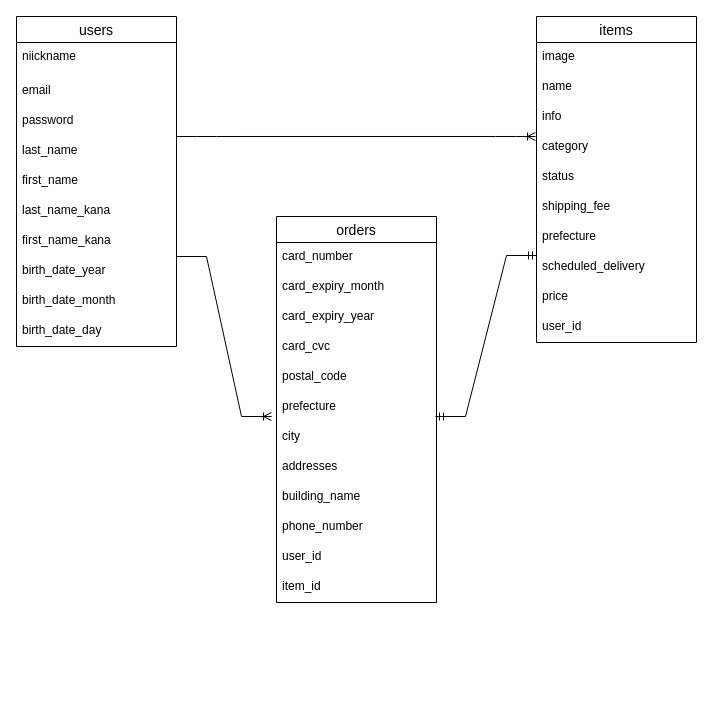
Before: ER.dio in azmamza/furima-36400, a draw.io diagram. Source tidied: cells renumbered, new cells numbered last; positions are measured from the earlier drawing's top-left corner, leaving out a move shared by most shapes. Both pictures are drawn from the tidied source at 100%, with x=0, y=0 at pixel (16, 16).
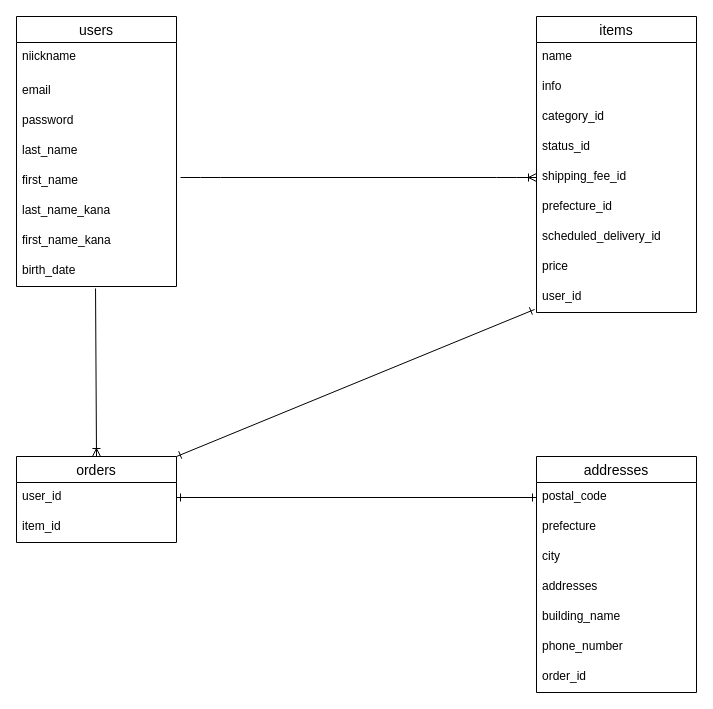
After the change.

Diff of the diagram source:
```diff
@@
     <mxCell id="2" value="users" style="swimlane;fontStyle=0;horizontal=1;startSize=26;align=center;fontSize=14;" parent="1" vertex="1">
-      <mxGeometry width="160" height="330" as="geometry" />
+      <mxGeometry width="160" height="270" as="geometry" />
     </mxCell>
@@
-    <mxCell id="10" value="birth_date_year" style="text;strokeColor=none;fillColor=none;spacingLeft=4;spacingRight=4;overflow=hidden;points=[[0,0.5],[1,0.5]];portConstraint=eastwest;fontSize=12;" parent="2" vertex="1">
+    <mxCell id="10" value="birth_date" style="text;strokeColor=none;fillColor=none;spacingLeft=4;spacingRight=4;overflow=hidden;points=[[0,0.5],[1,0.5]];portConstraint=eastwest;fontSize=12;" parent="2" vertex="1">
       <mxGeometry y="240" width="160" height="30" as="geometry" />
     </mxCell>
-    <mxCell id="11" value="birth_date_month" style="text;strokeColor=none;fillColor=none;spacingLeft=4;spacingRight=4;overflow=hidden;fontSize=12;" parent="2" vertex="1">
-      <mxGeometry y="270" width="160" height="30" as="geometry" />
-    </mxCell>
-    <mxCell id="12" value="birth_date_day" style="text;strokeColor=none;fillColor=none;spacingLeft=4;spacingRight=4;overflow=hidden;fontSize=12;" parent="2" vertex="1">
-      <mxGeometry y="300" width="160" height="30" as="geometry" />
-    </mxCell>
     <mxCell id="13" value="items" style="swimlane;fontStyle=0;horizontal=1;startSize=26;align=center;fontSize=14;" parent="1" vertex="1">
-      <mxGeometry x="520" width="160" height="326" as="geometry" />
+      <mxGeometry x="520" width="160" height="296" as="geometry" />
     </mxCell>
-    <mxCell id="14" value="image" style="text;strokeColor=none;fillColor=none;spacingLeft=4;spacingRight=4;overflow=hidden;fontSize=12;" parent="13" vertex="1">
-      <mxGeometry y="26" width="160" height="30" as="geometry" />
-    </mxCell>
     <mxCell id="15" value="name" style="text;strokeColor=none;fillColor=none;spacingLeft=4;spacingRight=4;overflow=hidden;fontSize=12;" parent="13" vertex="1">
-      <mxGeometry y="56" width="160" height="30" as="geometry" />
+      <mxGeometry y="26" width="160" height="30" as="geometry" />
     </mxCell>
     <mxCell id="16" value="info" style="text;strokeColor=none;fillColor=none;spacingLeft=4;spacingRight=4;overflow=hidden;fontSize=12;" parent="13" vertex="1">
-      <mxGeometry y="86" width="160" height="30" as="geometry" />
+      <mxGeometry y="56" width="160" height="30" as="geometry" />
     </mxCell>
-    <mxCell id="17" value="category" style="text;strokeColor=none;fillColor=none;spacingLeft=4;spacingRight=4;overflow=hidden;points=[[0,0.5],[1,0.5]];portConstraint=eastwest;fontSize=12;" parent="13" vertex="1">
-      <mxGeometry y="116" width="160" height="30" as="geometry" />
+    <mxCell id="17" value="category_id" style="text;strokeColor=none;fillColor=none;spacingLeft=4;spacingRight=4;overflow=hidden;points=[[0,0.5],[1,0.5]];portConstraint=eastwest;fontSize=12;" parent="13" vertex="1">
+      <mxGeometry y="86" width="160" height="30" as="geometry" />
     </mxCell>
-    <mxCell id="18" value="status" style="text;strokeColor=none;fillColor=none;spacingLeft=4;spacingRight=4;overflow=hidden;fontSize=12;" parent="13" vertex="1">
-      <mxGeometry y="146" width="160" height="30" as="geometry" />
+    <mxCell id="18" value="status_id" style="text;strokeColor=none;fillColor=none;spacingLeft=4;spacingRight=4;overflow=hidden;fontSize=12;" parent="13" vertex="1">
+      <mxGeometry y="116" width="160" height="30" as="geometry" />
     </mxCell>
-    <mxCell id="19" value="shipping_fee" style="text;strokeColor=none;fillColor=none;spacingLeft=4;spacingRight=4;overflow=hidden;points=[[0,0.5],[1,0.5]];portConstraint=eastwest;fontSize=12;" parent="13" vertex="1">
-      <mxGeometry y="176" width="160" height="30" as="geometry" />
+    <mxCell id="19" value="shipping_fee_id" style="text;strokeColor=none;fillColor=none;spacingLeft=4;spacingRight=4;overflow=hidden;points=[[0,0.5],[1,0.5]];portConstraint=eastwest;fontSize=12;" parent="13" vertex="1">
+      <mxGeometry y="146" width="160" height="30" as="geometry" />
     </mxCell>
-    <mxCell id="20" value="prefecture" style="text;strokeColor=none;fillColor=none;spacingLeft=4;spacingRight=4;overflow=hidden;fontSize=12;" parent="13" vertex="1">
-      <mxGeometry y="206" width="160" height="30" as="geometry" />
+    <mxCell id="20" value="prefecture_id" style="text;strokeColor=none;fillColor=none;spacingLeft=4;spacingRight=4;overflow=hidden;fontSize=12;" parent="13" vertex="1">
+      <mxGeometry y="176" width="160" height="30" as="geometry" />
     </mxCell>
-    <mxCell id="21" value="scheduled_delivery" style="text;strokeColor=none;fillColor=none;spacingLeft=4;spacingRight=4;overflow=hidden;fontSize=12;" parent="13" vertex="1">
-      <mxGeometry y="236" width="160" height="30" as="geometry" />
+    <mxCell id="21" value="scheduled_delivery_id" style="text;strokeColor=none;fillColor=none;spacingLeft=4;spacingRight=4;overflow=hidden;fontSize=12;" parent="13" vertex="1">
+      <mxGeometry y="206" width="160" height="30" as="geometry" />
     </mxCell>
     <mxCell id="22" value="price" style="text;strokeColor=none;fillColor=none;spacingLeft=4;spacingRight=4;overflow=hidden;fontSize=12;" parent="13" vertex="1">
-      <mxGeometry y="266" width="160" height="30" as="geometry" />
+      <mxGeometry y="236" width="160" height="30" as="geometry" />
     </mxCell>
     <mxCell id="23" value="user_id" style="text;strokeColor=none;fillColor=none;spacingLeft=4;spacingRight=4;overflow=hidden;points=[[0,0.5],[1,0.5]];portConstraint=eastwest;fontSize=12;" parent="13" vertex="1">
-      <mxGeometry y="296" width="160" height="30" as="geometry" />
+      <mxGeometry y="266" width="160" height="30" as="geometry" />
     </mxCell>
     <mxCell id="24" value="orders" style="swimlane;fontStyle=0;horizontal=1;startSize=26;align=center;fontSize=14;" parent="1" vertex="1">
-      <mxGeometry x="260" y="200" width="160" height="386" as="geometry" />
+      <mxGeometry y="440" width="160" height="86" as="geometry" />
     </mxCell>
-    <mxCell id="25" value="card_number" style="text;strokeColor=none;fillColor=none;spacingLeft=4;spacingRight=4;overflow=hidden;fontSize=12;" parent="24" vertex="1">
-      <mxGeometry y="26" width="160" height="30" as="geometry" />
-    </mxCell>
-    <mxCell id="26" value="card_expiry_month" style="text;strokeColor=none;fillColor=none;spacingLeft=4;spacingRight=4;overflow=hidden;fontSize=12;" parent="24" vertex="1">
-      <mxGeometry y="56" width="160" height="30" as="geometry" />
-    </mxCell>
-    <mxCell id="27" value="card_expiry_year" style="text;strokeColor=none;fillColor=none;spacingLeft=4;spacingRight=4;overflow=hidden;fontSize=12;" parent="24" vertex="1">
-      <mxGeometry y="86" width="160" height="30" as="geometry" />
-    </mxCell>
-    <mxCell id="28" value="card_cvc" style="text;strokeColor=none;fillColor=none;spacingLeft=4;spacingRight=4;overflow=hidden;fontSize=12;" parent="24" vertex="1">
-      <mxGeometry y="116" width="160" height="30" as="geometry" />
-    </mxCell>
+    <mxCell id="35" value="user_id" style="text;strokeColor=none;fillColor=none;spacingLeft=4;spacingRight=4;overflow=hidden;points=[[0,0.5],[1,0.5]];portConstraint=eastwest;fontSize=12;" parent="24" vertex="1">
+      <mxGeometry y="26" width="160" height="30" as="geometry" />
+    </mxCell>
+    <mxCell id="36" value="item_id" style="text;strokeColor=none;fillColor=none;spacingLeft=4;spacingRight=4;overflow=hidden;fontSize=12;" parent="24" vertex="1">
+      <mxGeometry y="56" width="160" height="30" as="geometry" />
+    </mxCell>
+    <mxCell id="37" style="edgeStyle=entityRelationEdgeStyle;fontSize=12;html=1;endArrow=ERoneToMany;entryX=0;entryY=0.5;entryDx=0;entryDy=0;" parent="1" edge="1" target="19">
+      <mxGeometry relative="1" as="geometry">
+        <mxPoint x="164" y="161" as="sourcePoint" />
+      </mxGeometry>
+    </mxCell>
+    <mxCell id="38" style="fontSize=12;html=1;endArrow=ERone;startArrow=ERone;rounded=0;endFill=0;startFill=0;exitX=1;exitY=0;exitDx=0;exitDy=0;entryX=-0.012;entryY=0.898;entryDx=0;entryDy=0;entryPerimeter=0;" parent="1" edge="1" source="24" target="23">
+      <mxGeometry relative="1" as="geometry" />
+    </mxCell>
+    <mxCell id="39" style="fontSize=12;html=1;endArrow=ERoneToMany;rounded=0;entryX=0.5;entryY=0;entryDx=0;entryDy=0;exitX=0.494;exitY=1.067;exitDx=0;exitDy=0;exitPerimeter=0;" parent="1" edge="1" source="10" target="24">
+      <mxGeometry relative="1" as="geometry" />
+    </mxCell>
+    <mxCell id="40" value="addresses" style="swimlane;fontStyle=0;horizontal=1;startSize=26;align=center;fontSize=14;" parent="1" vertex="1">
+      <mxGeometry x="520" y="440" width="160" height="236" as="geometry" />
+    </mxCell>
-    <mxCell id="29" value="postal_code" style="text;strokeColor=none;fillColor=none;spacingLeft=4;spacingRight=4;overflow=hidden;points=[[0,0.5],[1,0.5]];portConstraint=eastwest;fontSize=12;" parent="24" vertex="1">
-      <mxGeometry y="146" width="160" height="30" as="geometry" />
+    <mxCell id="29" value="postal_code" style="text;strokeColor=none;fillColor=none;spacingLeft=4;spacingRight=4;overflow=hidden;points=[[0,0.5],[1,0.5]];portConstraint=eastwest;fontSize=12;" parent="40" vertex="1">
+      <mxGeometry y="26" width="160" height="30" as="geometry" />
     </mxCell>
-    <mxCell id="30" value="prefecture" style="text;strokeColor=none;fillColor=none;spacingLeft=4;spacingRight=4;overflow=hidden;points=[[0,0.5],[1,0.5]];portConstraint=eastwest;fontSize=12;" parent="24" vertex="1">
-      <mxGeometry y="176" width="160" height="30" as="geometry" />
+    <mxCell id="30" value="prefecture" style="text;strokeColor=none;fillColor=none;spacingLeft=4;spacingRight=4;overflow=hidden;points=[[0,0.5],[1,0.5]];portConstraint=eastwest;fontSize=12;" parent="40" vertex="1">
+      <mxGeometry y="56" width="160" height="30" as="geometry" />
     </mxCell>
-    <mxCell id="31" value="city" style="text;strokeColor=none;fillColor=none;spacingLeft=4;spacingRight=4;overflow=hidden;fontSize=12;" parent="24" vertex="1">
-      <mxGeometry y="206" width="160" height="30" as="geometry" />
+    <mxCell id="31" value="city" style="text;strokeColor=none;fillColor=none;spacingLeft=4;spacingRight=4;overflow=hidden;fontSize=12;" parent="40" vertex="1">
+      <mxGeometry y="86" width="160" height="30" as="geometry" />
     </mxCell>
-    <mxCell id="32" value="addresses" style="text;strokeColor=none;fillColor=none;spacingLeft=4;spacingRight=4;overflow=hidden;fontSize=12;" parent="24" vertex="1">
-      <mxGeometry y="236" width="160" height="30" as="geometry" />
+    <mxCell id="32" value="addresses" style="text;strokeColor=none;fillColor=none;spacingLeft=4;spacingRight=4;overflow=hidden;fontSize=12;" parent="40" vertex="1">
+      <mxGeometry y="116" width="160" height="30" as="geometry" />
     </mxCell>
-    <mxCell id="33" value="building_name" style="text;strokeColor=none;fillColor=none;spacingLeft=4;spacingRight=4;overflow=hidden;fontSize=12;" parent="24" vertex="1">
-      <mxGeometry y="266" width="160" height="30" as="geometry" />
+    <mxCell id="33" value="building_name" style="text;strokeColor=none;fillColor=none;spacingLeft=4;spacingRight=4;overflow=hidden;fontSize=12;" parent="40" vertex="1">
+      <mxGeometry y="146" width="160" height="30" as="geometry" />
     </mxCell>
-    <mxCell id="34" value="phone_number" style="text;strokeColor=none;fillColor=none;spacingLeft=4;spacingRight=4;overflow=hidden;fontSize=12;" parent="24" vertex="1">
-      <mxGeometry y="296" width="160" height="30" as="geometry" />
+    <mxCell id="34" value="phone_number" style="text;strokeColor=none;fillColor=none;spacingLeft=4;spacingRight=4;overflow=hidden;fontSize=12;" parent="40" vertex="1">
+      <mxGeometry y="176" width="160" height="30" as="geometry" />
     </mxCell>
-    <mxCell id="35" value="user_id" style="text;strokeColor=none;fillColor=none;spacingLeft=4;spacingRight=4;overflow=hidden;points=[[0,0.5],[1,0.5]];portConstraint=eastwest;fontSize=12;" parent="24" vertex="1">
-      <mxGeometry y="326" width="160" height="30" as="geometry" />
-    </mxCell>
-    <mxCell id="36" value="item_id" style="text;strokeColor=none;fillColor=none;spacingLeft=4;spacingRight=4;overflow=hidden;fontSize=12;" parent="24" vertex="1">
-      <mxGeometry y="356" width="160" height="30" as="geometry" />
-    </mxCell>
-    <mxCell id="37" style="edgeStyle=entityRelationEdgeStyle;fontSize=12;html=1;endArrow=ERoneToMany;entryX=-0.006;entryY=0.133;entryDx=0;entryDy=0;entryPerimeter=0;" parent="1" edge="1" target="17">
-      <mxGeometry relative="1" as="geometry">
-        <mxPoint x="160" y="120" as="sourcePoint" />
-      </mxGeometry>
-    </mxCell>
-    <mxCell id="38" style="edgeStyle=entityRelationEdgeStyle;fontSize=12;html=1;endArrow=ERmandOne;startArrow=ERmandOne;rounded=0;" parent="1" edge="1">
-      <mxGeometry relative="1" as="geometry">
-        <mxPoint x="419" y="400" as="sourcePoint" />
-        <mxPoint x="520" y="239" as="targetPoint" />
-      </mxGeometry>
-    </mxCell>
-    <mxCell id="39" style="edgeStyle=entityRelationEdgeStyle;fontSize=12;html=1;endArrow=ERoneToMany;rounded=0;entryX=-0.031;entryY=0.8;entryDx=0;entryDy=0;entryPerimeter=0;" parent="1" edge="1" target="30">
-      <mxGeometry relative="1" as="geometry">
-        <mxPoint x="160" y="240" as="sourcePoint" />
-      </mxGeometry>
-    </mxCell>
+    <mxCell id="41" value="order_id" style="text;strokeColor=none;fillColor=none;spacingLeft=4;spacingRight=4;overflow=hidden;fontSize=12;" parent="40" vertex="1">
+      <mxGeometry y="206" width="160" height="30" as="geometry" />
+    </mxCell>
+    <mxCell id="42" style="fontSize=12;html=1;endArrow=ERone;startArrow=ERone;rounded=0;endFill=0;startFill=0;exitX=1;exitY=0.5;exitDx=0;exitDy=0;entryX=0;entryY=0.5;entryDx=0;entryDy=0;" parent="1" edge="1" source="35" target="29">
+      <mxGeometry relative="1" as="geometry" />
+    </mxCell>
```
